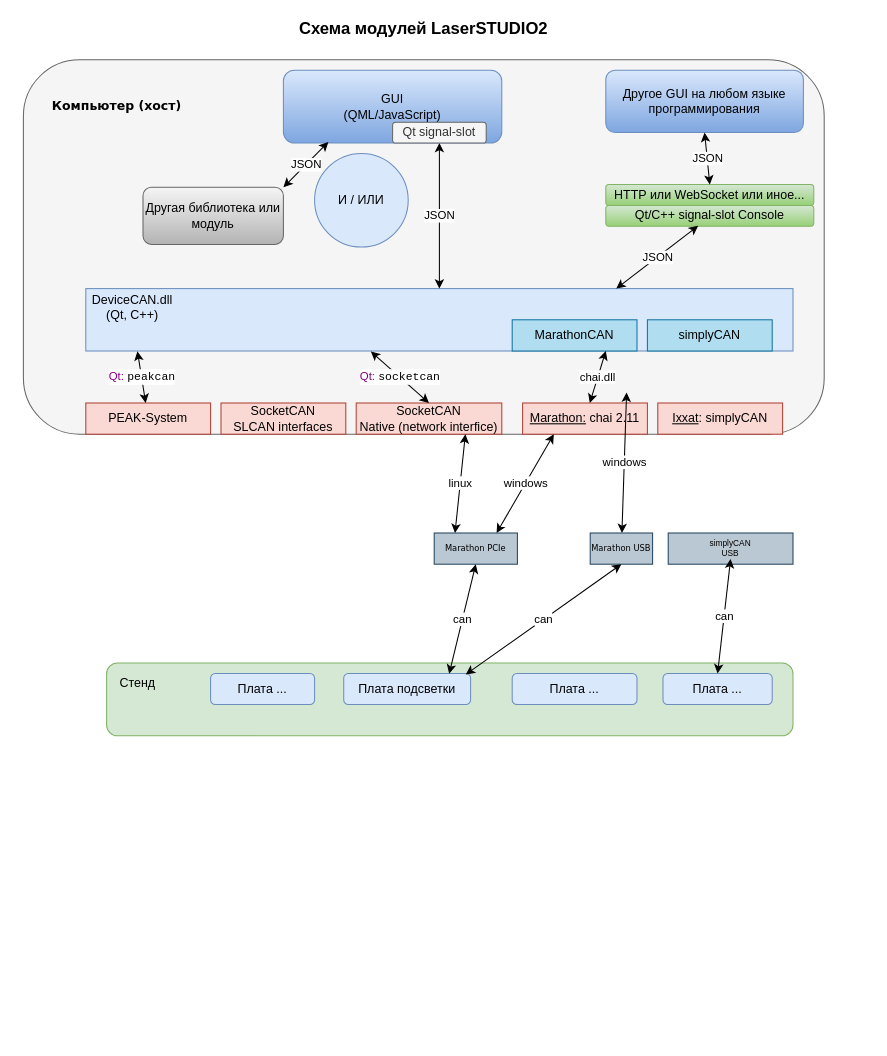
Above: LaserSTUDIO2.drawio in ponBulat/dia (draw.io), before the change. Source tidied: cells renumbered, new cells numbered last; positions are measured from the earlier drawing's top-left corner, leaving out a move shared by most shapes. Both pictures are drawn from the tidied source at 104%, with x=0, y=0 at pixel (23, 18).
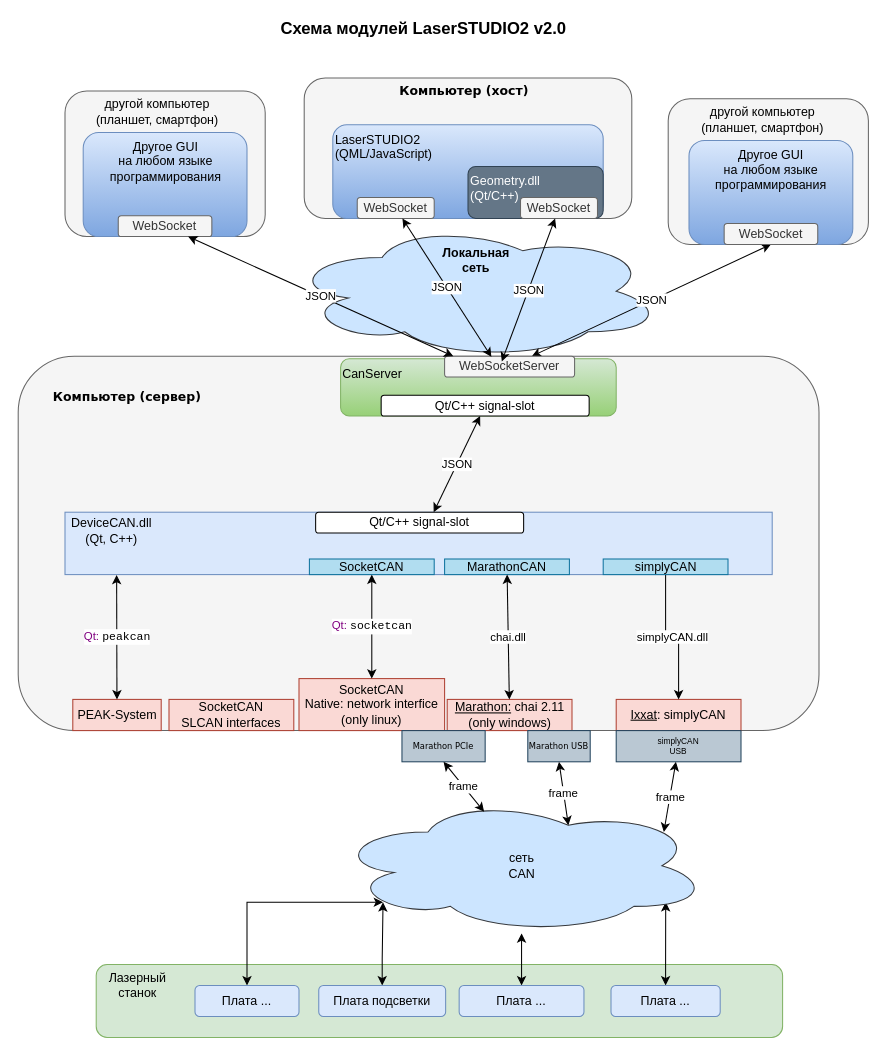
The same diagram, later.

Diff of the diagram source:
```diff
@@
+    <mxCell id="43" style="rounded=1;whiteSpace=wrap;html=1;fillColor=#f5f5f5;strokeColor=#666666;fontColor=#333333;" parent="1" vertex="1">
+      <mxGeometry x="40" y="70" width="192.5" height="140" as="geometry" />
+    </mxCell>
+    <mxCell id="44" style="rounded=1;whiteSpace=wrap;html=1;fillColor=#f5f5f5;strokeColor=#666666;fontColor=#333333;" parent="1" vertex="1">
+      <mxGeometry x="620" y="77.5" width="192.5" height="140" as="geometry" />
+    </mxCell>
+    <mxCell id="45" style="ellipse;shape=cloud;whiteSpace=wrap;html=1;align=center;verticalAlign=top;fillColor=#cce5ff;strokeColor=#36393d;" parent="1" vertex="1">
+      <mxGeometry x="255" y="197.5" width="360" height="130" as="geometry" />
+    </mxCell>
+    <mxCell id="46" style="rounded=1;whiteSpace=wrap;html=1;fillColor=#f5f5f5;strokeColor=#666666;fontColor=#333333;" parent="1" vertex="1">
+      <mxGeometry x="-5" y="325" width="770" height="360" as="geometry" />
+    </mxCell>
     <mxCell id="2" style="rounded=1;whiteSpace=wrap;html=1;fillColor=#d5e8d4;strokeColor=#82b366;" parent="1" vertex="1">
-      <mxGeometry x="80" y="620" width="660" height="70" as="geometry" />
+      <mxGeometry x="70" y="910" width="660" height="70" as="geometry" />
     </mxCell>
+    <mxCell id="47" style="edgeStyle=orthogonalEdgeStyle;rounded=0;jettySize=auto;html=1;entryX=0.13;entryY=0.77;entryDx=0;entryDy=0;entryPerimeter=0;startArrow=classic;startFill=1;" parent="1" edge="1" source="3" target="58">
+      <mxGeometry relative="1" as="geometry" />
+    </mxCell>
     <mxCell id="3" value="Плата подсветки" style="rounded=1;whiteSpace=wrap;html=1;fillColor=#dae8fc;strokeColor=#6c8ebf;" parent="1" vertex="1">
-      <mxGeometry x="308" y="630" width="122" height="30" as="geometry" />
+      <mxGeometry x="284" y="930" width="122" height="30" as="geometry" />
     </mxCell>
-    <mxCell id="4" value="Стенд" style="text;html=1;strokeColor=none;fillColor=none;align=center;verticalAlign=middle;whiteSpace=wrap;rounded=0;" parent="1" vertex="1">
-      <mxGeometry x="90" y="630" width="40" height="20" as="geometry" />
+    <mxCell id="4" value="Лазерный станок" style="text;html=1;strokeColor=none;fillColor=none;align=center;verticalAlign=middle;whiteSpace=wrap;rounded=0;" parent="1" vertex="1">
+      <mxGeometry x="75" y="920" width="70" height="20" as="geometry" />
     </mxCell>
+    <mxCell id="48" style="edgeStyle=orthogonalEdgeStyle;rounded=0;jettySize=auto;html=1;entryX=0.13;entryY=0.77;entryDx=0;entryDy=0;entryPerimeter=0;startArrow=classic;startFill=1;" parent="1" edge="1" source="5" target="58">
+      <mxGeometry relative="1" as="geometry">
+        <Array as="points">
+          <mxPoint x="215" y="850" />
+        </Array>
+      </mxGeometry>
+    </mxCell>
     <mxCell id="5" value="Плата ..." style="rounded=1;whiteSpace=wrap;html=1;fillColor=#dae8fc;strokeColor=#6c8ebf;" parent="1" vertex="1">
-      <mxGeometry x="180" y="630" width="100" height="30" as="geometry" />
+      <mxGeometry x="165" y="930" width="100" height="30" as="geometry" />
     </mxCell>
+    <mxCell id="49" style="edgeStyle=orthogonalEdgeStyle;rounded=0;jettySize=auto;html=1;startArrow=classic;startFill=1;" parent="1" edge="1" source="6" target="58">
+      <mxGeometry relative="1" as="geometry" />
+    </mxCell>
     <mxCell id="6" value="Плата ..." style="rounded=1;whiteSpace=wrap;html=1;fillColor=#dae8fc;strokeColor=#6c8ebf;" parent="1" vertex="1">
-      <mxGeometry x="470" y="630" width="120" height="30" as="geometry" />
+      <mxGeometry x="419" y="930" width="120" height="30" as="geometry" />
     </mxCell>
+    <mxCell id="50" style="edgeStyle=orthogonalEdgeStyle;rounded=0;jettySize=auto;html=1;entryX=0.885;entryY=0.769;entryDx=0;entryDy=0;entryPerimeter=0;startArrow=classic;startFill=1;" parent="1" edge="1" source="7" target="58">
+      <mxGeometry relative="1" as="geometry" />
+    </mxCell>
     <mxCell id="7" value="Плата ..." style="rounded=1;whiteSpace=wrap;html=1;fillColor=#dae8fc;strokeColor=#6c8ebf;" parent="1" vertex="1">
-      <mxGeometry x="615" y="630" width="105" height="30" as="geometry" />
+      <mxGeometry x="565" y="930" width="105" height="30" as="geometry" />
     </mxCell>
     <mxCell id="8" style="rounded=1;whiteSpace=wrap;html=1;fillColor=#f5f5f5;strokeColor=#666666;fontColor=#333333;" parent="1" vertex="1">
-      <mxGeometry y="40" width="770" height="360" as="geometry" />
+      <mxGeometry x="270" y="57.5" width="315" height="135" as="geometry" />
     </mxCell>
     <mxCell id="9" value="&lt;font face=&quot;Verdana&quot;&gt;&lt;b&gt;Компьютер (хост)&lt;/b&gt;&lt;/font&gt;" style="text;html=1;strokeColor=none;fillColor=none;align=center;verticalAlign=middle;whiteSpace=wrap;rounded=0;" parent="1" vertex="1">
-      <mxGeometry x="10" y="60" width="160" height="50" as="geometry" />
+      <mxGeometry x="344" y="45" width="160" height="50" as="geometry" />
     </mxCell>
-    <mxCell id="10" value="&lt;div style=&quot;font-size: 16px&quot;&gt;Схема модулей LaserSTUDIO2&lt;/div&gt;" style="text;html=1;strokeColor=none;fillColor=none;align=center;verticalAlign=middle;whiteSpace=wrap;rounded=0;fontStyle=1;" parent="1" vertex="1">
+    <mxCell id="10" value="&lt;div style=&quot;font-size: 16px&quot;&gt;Схема модулей LaserSTUDIO2 v2.0&lt;/div&gt;" style="text;html=1;strokeColor=none;fillColor=none;align=center;verticalAlign=middle;whiteSpace=wrap;rounded=0;fontStyle=1;" parent="1" vertex="1">
       <mxGeometry x="155" width="460" height="20" as="geometry" />
     </mxCell>
-    <mxCell id="11" value="&lt;u&gt;Marathon:&lt;/u&gt; chai 2.11" style="rounded=0;whiteSpace=wrap;html=1;fillColor=#fad9d5;strokeColor=#ae4132;" parent="1" vertex="1">
-      <mxGeometry x="480" y="370" width="120" height="30" as="geometry" />
+    <mxCell id="11" value="&lt;u&gt;Marathon:&lt;/u&gt; chai 2.11&lt;br&gt;(only windows)" style="rounded=0;whiteSpace=wrap;html=1;fillColor=#fad9d5;strokeColor=#ae4132;" parent="1" vertex="1">
+      <mxGeometry x="407.5" y="655" width="120" height="30" as="geometry" />
     </mxCell>
-    <mxCell id="12" value="SocketCAN&lt;br&gt;Native (network interfice)" style="rounded=0;whiteSpace=wrap;html=1;fillColor=#fad9d5;strokeColor=#ae4132;" parent="1" vertex="1">
-      <mxGeometry x="320" y="370" width="140" height="30" as="geometry" />
+    <mxCell id="12" value="SocketCAN&lt;br&gt;Native: network interfice&lt;br&gt;(only linux)&lt;br&gt;" style="rounded=0;whiteSpace=wrap;html=1;fillColor=#fad9d5;strokeColor=#ae4132;" parent="1" vertex="1">
+      <mxGeometry x="265" y="635" width="140" height="50" as="geometry" />
     </mxCell>
     <mxCell id="13" value="&lt;u&gt;Ixxat&lt;/u&gt;: simplyCAN" style="rounded=0;whiteSpace=wrap;html=1;fillColor=#fad9d5;strokeColor=#ae4132;" parent="1" vertex="1">
-      <mxGeometry x="610" y="370" width="120" height="30" as="geometry" />
+      <mxGeometry x="570" y="655" width="120" height="30" as="geometry" />
     </mxCell>
     <mxCell id="14" value="SocketCAN&lt;br&gt;SLCAN interfaces" style="rounded=0;whiteSpace=wrap;html=1;fillColor=#fad9d5;strokeColor=#ae4132;" parent="1" vertex="1">
-      <mxGeometry x="190" y="370" width="120" height="30" as="geometry" />
+      <mxGeometry x="140" y="655" width="120" height="30" as="geometry" />
     </mxCell>
-    <mxCell id="15" value="windows" style="endArrow=classic;startArrow=classic;html=1;rounded=1;" parent="1" edge="1" source="17">
-      <mxGeometry relative="1" as="geometry">
-        <mxPoint x="580" y="360" as="targetPoint" />
-      </mxGeometry>
-    </mxCell>
-    <mxCell id="16" value="&lt;div&gt;windows&lt;br&gt;&lt;/div&gt;" style="endArrow=classic;startArrow=classic;html=1;rounded=1;exitX=0.75;exitY=0;exitDx=0;exitDy=0;entryX=0.25;entryY=1;entryDx=0;entryDy=0;" parent="1" edge="1" source="19" target="11">
-      <mxGeometry relative="1" as="geometry" />
-    </mxCell>
     <mxCell id="17" value="&lt;p style=&quot;font-size: 8px&quot;&gt;&lt;font style=&quot;font-size: 8px&quot; face=&quot;Verdana&quot;&gt;Marathon USB&lt;/font&gt;&lt;/p&gt;" style="rounded=0;whiteSpace=wrap;html=1;fillColor=#bac8d3;strokeColor=#23445d;" parent="1" vertex="1">
-      <mxGeometry x="545" y="495" width="60" height="30" as="geometry" />
+      <mxGeometry x="485" y="685" width="60" height="30" as="geometry" />
     </mxCell>
     <mxCell id="18" value="&lt;p style=&quot;font-size: 8px&quot;&gt;simplyCAN&lt;br&gt;USB&lt;br&gt;&lt;/p&gt;" style="rounded=0;whiteSpace=wrap;html=1;fillColor=#bac8d3;strokeColor=#23445d;" parent="1" vertex="1">
-      <mxGeometry x="620" y="495" width="120" height="30" as="geometry" />
+      <mxGeometry x="570" y="685" width="120" height="30" as="geometry" />
     </mxCell>
     <mxCell id="19" value="&lt;p style=&quot;font-size: 8px&quot;&gt;&lt;font style=&quot;font-size: 8px&quot; face=&quot;Verdana&quot;&gt;Marathon PCIe&lt;/font&gt;&lt;/p&gt;" style="rounded=0;whiteSpace=wrap;html=1;fillColor=#bac8d3;strokeColor=#23445d;" parent="1" vertex="1">
-      <mxGeometry x="395" y="495" width="80" height="30" as="geometry" />
+      <mxGeometry x="364" y="685" width="80" height="30" as="geometry" />
     </mxCell>
-    <mxCell id="20" value="&lt;div&gt;linux&lt;br&gt;&lt;/div&gt;" style="endArrow=classic;startArrow=classic;html=1;rounded=1;entryX=0.75;entryY=1;entryDx=0;entryDy=0;exitX=0.25;exitY=0;exitDx=0;exitDy=0;" parent="1" edge="1" source="19" target="12">
-      <mxGeometry relative="1" as="geometry" />
-    </mxCell>
     <mxCell id="21" style="rounded=0;whiteSpace=wrap;html=1;fillColor=#dae8fc;strokeColor=#6c8ebf;" parent="1" vertex="1">
-      <mxGeometry x="60" y="260" width="680" height="60" as="geometry" />
+      <mxGeometry x="40" y="475" width="680" height="60" as="geometry" />
     </mxCell>
     <mxCell id="22" value="MarathonCAN" style="rounded=0;whiteSpace=wrap;html=1;fillColor=#b1ddf0;strokeColor=#10739e;" parent="1" vertex="1">
-      <mxGeometry x="470" y="290" width="120" height="30" as="geometry" />
+      <mxGeometry x="405" y="520" width="120" height="15" as="geometry" />
     </mxCell>
+    <mxCell id="51" value="simplyCAN.dll" style="edgeStyle=orthogonalEdgeStyle;rounded=0;jettySize=auto;html=1;" parent="1" edge="1" source="23" target="13">
+      <mxGeometry relative="1" as="geometry" />
+    </mxCell>
     <mxCell id="23" value="simplyCAN" style="rounded=0;whiteSpace=wrap;html=1;fillColor=#b1ddf0;strokeColor=#10739e;" parent="1" vertex="1">
-      <mxGeometry x="600" y="290" width="120" height="30" as="geometry" />
+      <mxGeometry x="557.5" y="520" width="120" height="15" as="geometry" />
     </mxCell>
     <mxCell id="24" value="DeviceCAN.dll&lt;br&gt;(Qt, C++)" style="text;html=1;strokeColor=none;fillColor=none;align=center;verticalAlign=middle;whiteSpace=wrap;rounded=0;" parent="1" vertex="1">
-      <mxGeometry x="60" y="260" width="90" height="35" as="geometry" />
+      <mxGeometry x="40" y="475" width="90" height="35" as="geometry" />
     </mxCell>
-    <mxCell id="25" value="&lt;div&gt;&lt;span style=&quot;color: #800080&quot;&gt;Qt: &lt;/span&gt;&lt;code&gt;socketcan&lt;/code&gt;&lt;/div&gt;" style="endArrow=classic;startArrow=classic;html=1;entryX=0.403;entryY=1.006;entryDx=0;entryDy=0;entryPerimeter=0;exitX=0.5;exitY=0;exitDx=0;exitDy=0;" parent="1" edge="1" source="12" target="21">
+    <mxCell id="25" value="&lt;div&gt;&lt;span style=&quot;color: #800080&quot;&gt;Qt: &lt;/span&gt;&lt;code&gt;socketcan&lt;/code&gt;&lt;/div&gt;" style="endArrow=classic;startArrow=classic;html=1;exitX=0.5;exitY=0;exitDx=0;exitDy=0;" parent="1" edge="1" source="12" target="56">
       <mxGeometry relative="1" as="geometry" />
     </mxCell>
     <mxCell id="26" value="PEAK-System" style="rounded=0;whiteSpace=wrap;html=1;fillColor=#fad9d5;strokeColor=#ae4132;" parent="1" vertex="1">
-      <mxGeometry x="60" y="370" width="120" height="30" as="geometry" />
+      <mxGeometry x="47.5" y="655" width="85" height="30" as="geometry" />
     </mxCell>
-    <mxCell id="27" value="chai.dll" style="endArrow=classic;startArrow=classic;html=1;entryX=0.75;entryY=1;entryDx=0;entryDy=0;" parent="1" edge="1" source="11" target="22">
+    <mxCell id="27" value="chai.dll" style="endArrow=classic;startArrow=classic;html=1;" parent="1" edge="1" source="11" target="22">
       <mxGeometry relative="1" as="geometry" />
     </mxCell>
-    <mxCell id="28" value="can" style="endArrow=classic;startArrow=classic;html=1;entryX=0.5;entryY=1;entryDx=0;entryDy=0;exitX=0.831;exitY=0.011;exitDx=0;exitDy=0;exitPerimeter=0;" parent="1" edge="1" source="3" target="19">
-      <mxGeometry relative="1" as="geometry" />
-    </mxCell>
-    <mxCell id="29" value="can" style="endArrow=classic;startArrow=classic;html=1;entryX=0.5;entryY=1;entryDx=0;entryDy=0;exitX=0.962;exitY=0.033;exitDx=0;exitDy=0;exitPerimeter=0;" parent="1" edge="1" source="3" target="17">
-      <mxGeometry relative="1" as="geometry" />
-    </mxCell>
@@
-    <mxCell id="31" value="GUI&lt;br&gt;(QML/JavaScript)" style="rounded=1;whiteSpace=wrap;html=1;fillColor=#dae8fc;gradientColor=#7ea6e0;strokeColor=#6c8ebf;" parent="1" vertex="1">
-      <mxGeometry x="250" y="50" width="210" height="70" as="geometry" />
+    <mxCell id="31" value="LaserSTUDIO2&lt;br&gt;(QML/JavaScript)" style="rounded=1;whiteSpace=wrap;html=1;fillColor=#dae8fc;gradientColor=#7ea6e0;strokeColor=#6c8ebf;verticalAlign=top;align=left;" parent="1" vertex="1">
+      <mxGeometry x="297.5" y="102.5" width="260" height="90" as="geometry" />
     </mxCell>
-    <mxCell id="32" value="Другая библиотека или модуль" style="rounded=1;whiteSpace=wrap;html=1;fillColor=#f5f5f5;gradientColor=#b3b3b3;strokeColor=#666666;" parent="1" vertex="1">
-      <mxGeometry x="115" y="162.5" width="135" height="55" as="geometry" />
-    </mxCell>
-    <mxCell id="33" value="JSON" style="endArrow=classic;startArrow=classic;html=1;exitX=0.5;exitY=0;exitDx=0;exitDy=0;entryX=0.5;entryY=1;entryDx=0;entryDy=0;" parent="1" edge="1" source="21" target="35">
-      <mxGeometry relative="1" as="geometry" />
-    </mxCell>
-    <mxCell id="34" value="Другое GUI на любом языке программирования" style="rounded=1;whiteSpace=wrap;html=1;fillColor=#dae8fc;gradientColor=#7ea6e0;strokeColor=#6c8ebf;" parent="1" vertex="1">
-      <mxGeometry x="560" y="50" width="190" height="60" as="geometry" />
+    <mxCell id="34" value="Другое GUI &lt;br&gt;на любом языке программирования" style="rounded=1;whiteSpace=wrap;html=1;fillColor=#dae8fc;gradientColor=#7ea6e0;strokeColor=#6c8ebf;verticalAlign=top;" parent="1" vertex="1">
+      <mxGeometry x="640" y="117.5" width="157.5" height="100" as="geometry" />
     </mxCell>
-    <mxCell id="35" value="Qt signal-slot" style="rounded=1;whiteSpace=wrap;html=1;fillColor=#f5f5f5;strokeColor=#666666;fontColor=#333333;" parent="1" vertex="1">
-      <mxGeometry x="355" y="100" width="90" height="20" as="geometry" />
+    <mxCell id="35" value="WebSocket" style="rounded=1;whiteSpace=wrap;html=1;fillColor=#f5f5f5;strokeColor=#666666;fontColor=#333333;" parent="1" vertex="1">
+      <mxGeometry x="321" y="172.5" width="74" height="20" as="geometry" />
     </mxCell>
-    <mxCell id="36" value="Qt/С++ signal-slot Сonsole" style="rounded=1;whiteSpace=wrap;html=1;fillColor=#d5e8d4;strokeColor=#82b366;gradientColor=#97d077;" parent="1" vertex="1">
-      <mxGeometry x="560" y="180" width="200" height="20" as="geometry" />
-    </mxCell>
-    <mxCell id="37" value="HTTP или WebSocket или иное..." style="rounded=1;whiteSpace=wrap;html=1;fillColor=#d5e8d4;strokeColor=#82b366;gradientColor=#97d077;" parent="1" vertex="1">
-      <mxGeometry x="560" y="160" width="200" height="20" as="geometry" />
+    <mxCell id="37" value="CanServer" style="rounded=1;whiteSpace=wrap;html=1;fillColor=#d5e8d4;strokeColor=#82b366;gradientColor=#97d077;align=left;horizontal=1;verticalAlign=top;" parent="1" vertex="1">
+      <mxGeometry x="305" y="327.5" width="265" height="55" as="geometry" />
     </mxCell>
-    <mxCell id="38" value="JSON" style="endArrow=classic;startArrow=classic;html=1;exitX=0.75;exitY=0;exitDx=0;exitDy=0;entryX=0.444;entryY=0.983;entryDx=0;entryDy=0;entryPerimeter=0;" parent="1" edge="1" source="21" target="36">
+    <mxCell id="38" value="JSON" style="endArrow=classic;startArrow=classic;html=1;" parent="1" edge="1" source="21" target="36">
       <mxGeometry relative="1" as="geometry" />
     </mxCell>
-    <mxCell id="39" value="JSON" style="endArrow=classic;startArrow=classic;html=1;entryX=0.5;entryY=1;entryDx=0;entryDy=0;" parent="1" edge="1" target="34">
-      <mxGeometry relative="1" as="geometry">
-        <mxPoint x="660" y="160" as="sourcePoint" />
-      </mxGeometry>
+    <mxCell id="39" value="JSON" style="endArrow=classic;startArrow=classic;html=1;entryX=0.5;entryY=1;entryDx=0;entryDy=0;" parent="1" edge="1" source="53" target="34">
+      <mxGeometry relative="1" as="geometry" />
     </mxCell>
-    <mxCell id="40" value="JSON" style="endArrow=classic;startArrow=classic;html=1;entryX=0.206;entryY=0.986;entryDx=0;entryDy=0;entryPerimeter=0;exitX=1;exitY=0;exitDx=0;exitDy=0;" parent="1" edge="1" source="32" target="31">
-      <mxGeometry relative="1" as="geometry" />
-    </mxCell>
-    <mxCell id="41" value="И / ИЛИ" style="ellipse;whiteSpace=wrap;html=1;fillColor=#dae8fc;strokeColor=#6c8ebf;" parent="1" vertex="1">
-      <mxGeometry x="280" y="130" width="90" height="90" as="geometry" />
-    </mxCell>
+    <mxCell id="52" value="&lt;font face=&quot;Verdana&quot;&gt;&lt;b&gt;Компьютер (сервер)&lt;/b&gt;&lt;/font&gt;" style="text;html=1;strokeColor=none;fillColor=none;align=center;verticalAlign=middle;whiteSpace=wrap;rounded=0;" parent="1" vertex="1">
+      <mxGeometry x="20" y="340" width="160" height="50" as="geometry" />
+    </mxCell>
+    <mxCell id="53" value="WebSocketServer" style="rounded=1;whiteSpace=wrap;html=1;fillColor=#f5f5f5;strokeColor=#666666;fontColor=#333333;" parent="1" vertex="1">
+      <mxGeometry x="405" y="325" width="125" height="20" as="geometry" />
+    </mxCell>
+    <mxCell id="54" value="WebSocket" style="rounded=1;whiteSpace=wrap;html=1;fillColor=#f5f5f5;strokeColor=#666666;fontColor=#333333;" parent="1" vertex="1">
+      <mxGeometry x="673.8" y="197.5" width="90" height="20" as="geometry" />
+    </mxCell>
+    <mxCell id="36" value="Qt/С++ signal-slot" style="rounded=1;whiteSpace=wrap;html=1;" parent="1" vertex="1">
+      <mxGeometry x="344" y="362.5" width="200" height="20" as="geometry" />
+    </mxCell>
+    <mxCell id="33" value="JSON" style="endArrow=classic;startArrow=classic;html=1;exitX=0.36;exitY=0.033;exitDx=0;exitDy=0;exitPerimeter=0;" parent="1" edge="1" source="53" target="35">
+      <mxGeometry relative="1" as="geometry" />
+    </mxCell>
+    <mxCell id="55" value="Qt/С++ signal-slot" style="rounded=1;whiteSpace=wrap;html=1;" parent="1" vertex="1">
+      <mxGeometry x="281" y="475" width="200" height="20" as="geometry" />
+    </mxCell>
+    <mxCell id="56" value="SocketCAN" style="rounded=0;whiteSpace=wrap;html=1;fillColor=#b1ddf0;strokeColor=#10739e;" parent="1" vertex="1">
+      <mxGeometry x="275" y="520" width="120" height="15" as="geometry" />
+    </mxCell>
+    <mxCell id="57" value="Локальная сеть" style="text;html=1;strokeColor=none;fillColor=none;align=center;verticalAlign=middle;whiteSpace=wrap;rounded=0;fontStyle=1;" parent="1" vertex="1">
+      <mxGeometry x="399.5" y="217.5" width="71" height="30" as="geometry" />
+    </mxCell>
+    <mxCell id="58" style="ellipse;shape=cloud;whiteSpace=wrap;html=1;align=center;verticalAlign=top;fillColor=#cce5ff;strokeColor=#36393d;" parent="1" vertex="1">
+      <mxGeometry x="299" y="750" width="360" height="130" as="geometry" />
+    </mxCell>
+    <mxCell id="28" value="frame" style="endArrow=classic;startArrow=classic;html=1;entryX=0.5;entryY=1;entryDx=0;entryDy=0;exitX=0.4;exitY=0.1;exitDx=0;exitDy=0;exitPerimeter=0;" parent="1" edge="1" source="58" target="19">
+      <mxGeometry relative="1" as="geometry" />
+    </mxCell>
+    <mxCell id="29" value="frame" style="endArrow=classic;startArrow=classic;html=1;entryX=0.5;entryY=1;entryDx=0;entryDy=0;exitX=0.625;exitY=0.2;exitDx=0;exitDy=0;exitPerimeter=0;" parent="1" edge="1" source="58" target="17">
+      <mxGeometry relative="1" as="geometry" />
+    </mxCell>
-    <mxCell id="42" value="can" style="endArrow=classic;startArrow=classic;html=1;exitX=0.5;exitY=0;exitDx=0;exitDy=0;" parent="1" edge="1" source="7">
-      <mxGeometry relative="1" as="geometry">
-        <mxPoint x="680" y="520" as="targetPoint" />
-      </mxGeometry>
+    <mxCell id="42" value="frame" style="endArrow=classic;startArrow=classic;html=1;exitX=0.88;exitY=0.25;exitDx=0;exitDy=0;exitPerimeter=0;" parent="1" edge="1" source="58" target="18">
+      <mxGeometry relative="1" as="geometry" />
     </mxCell>
+    <mxCell id="59" value="&lt;div&gt;сеть&lt;/div&gt;&lt;div&gt;CAN&lt;/div&gt;" style="text;html=1;strokeColor=none;fillColor=none;align=center;verticalAlign=middle;whiteSpace=wrap;rounded=0;" parent="1" vertex="1">
+      <mxGeometry x="443.5" y="800" width="71" height="30" as="geometry" />
+    </mxCell>
+    <mxCell id="60" value="другой компьютер (планшет, смартфон)" style="text;html=1;strokeColor=none;fillColor=none;align=center;verticalAlign=middle;whiteSpace=wrap;rounded=0;" parent="1" vertex="1">
+      <mxGeometry x="631.2" y="72.5" width="160" height="50" as="geometry" />
+    </mxCell>
+    <mxCell id="61" value="Geometry.dll&lt;br&gt;(Qt/C++)" style="rounded=1;whiteSpace=wrap;html=1;fillColor=#647687;strokeColor=#314354;verticalAlign=top;align=left;fontColor=#ffffff;" parent="1" vertex="1">
+      <mxGeometry x="427.5" y="142.5" width="130" height="50" as="geometry" />
+    </mxCell>
+    <mxCell id="62" value="WebSocket" style="rounded=1;whiteSpace=wrap;html=1;fillColor=#f5f5f5;strokeColor=#666666;fontColor=#333333;" parent="1" vertex="1">
+      <mxGeometry x="478" y="172.5" width="74" height="20" as="geometry" />
+    </mxCell>
+    <mxCell id="63" value="JSON" style="endArrow=classic;startArrow=classic;html=1;" parent="1" edge="1" target="62">
+      <mxGeometry relative="1" as="geometry">
+        <mxPoint x="460" y="330" as="sourcePoint" />
+      </mxGeometry>
+    </mxCell>
+    <mxCell id="64" value="Другое GUI &lt;br&gt;на любом языке программирования" style="rounded=1;whiteSpace=wrap;html=1;fillColor=#dae8fc;gradientColor=#7ea6e0;strokeColor=#6c8ebf;verticalAlign=top;" parent="1" vertex="1">
+      <mxGeometry x="57.5" y="110" width="157.5" height="100" as="geometry" />
+    </mxCell>
+    <mxCell id="65" value="WebSocket" style="rounded=1;whiteSpace=wrap;html=1;fillColor=#f5f5f5;strokeColor=#666666;fontColor=#333333;" parent="1" vertex="1">
+      <mxGeometry x="91.2" y="190" width="90" height="20" as="geometry" />
+    </mxCell>
+    <mxCell id="66" value="другой компьютер (планшет, смартфон)" style="text;html=1;strokeColor=none;fillColor=none;align=center;verticalAlign=middle;whiteSpace=wrap;rounded=0;" parent="1" vertex="1">
+      <mxGeometry x="48.8" y="65" width="160" height="50" as="geometry" />
+    </mxCell>
+    <mxCell id="67" value="JSON" style="endArrow=classic;startArrow=classic;html=1;exitX=0.067;exitY=0;exitDx=0;exitDy=0;exitPerimeter=0;" parent="1" edge="1" source="53" target="65">
+      <mxGeometry relative="1" as="geometry" />
+    </mxCell>
```
